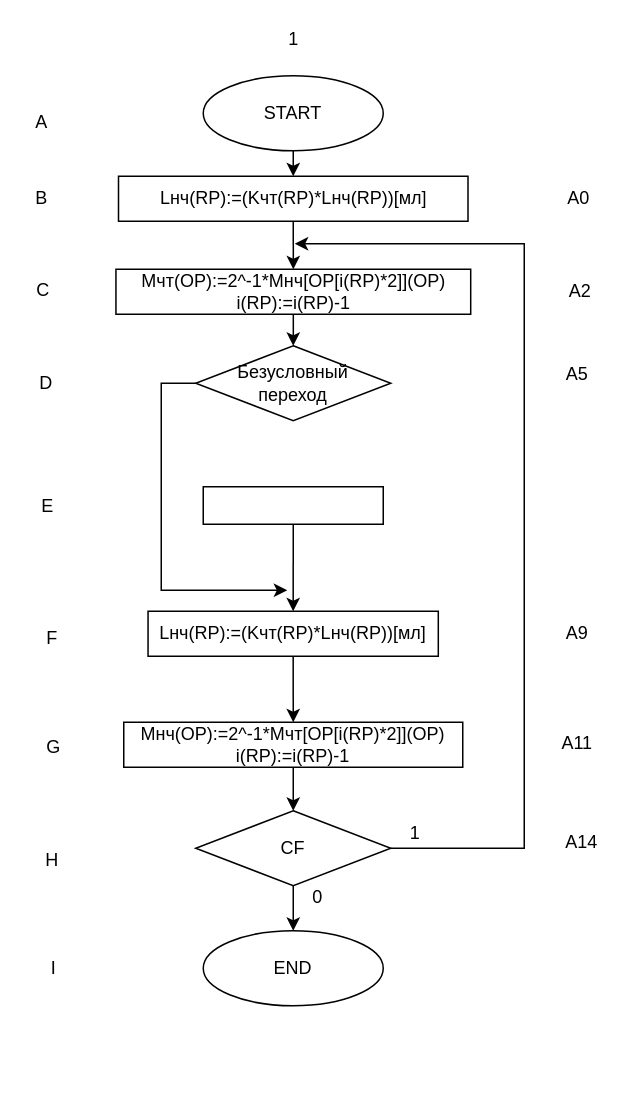
Above: test-program_BUK.drawio in TimurQQ/Workshop (draw.io), before the change. Source tidied: cells renumbered, new cells numbered last; positions are measured from the earlier drawing's top-left corner, leaving out a move shared by most shapes. Both pictures are drawn from the tidied source at 150%, with x=0, y=0 at pixel (27, 26).
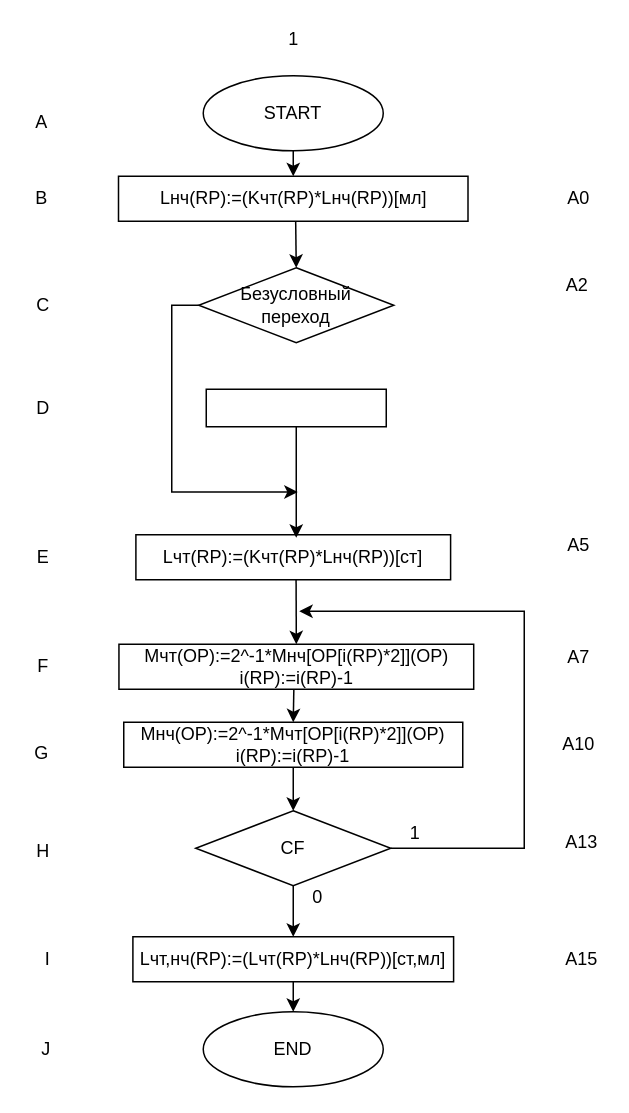
After the change.

The change refers to these unchanged cells:
```xml
<mxCell id="2" value="Lнч(RP):=(Kчт(RP)*Lнч(RP))[мл]" style="rounded=0;whiteSpace=wrap;html=1;" parent="1" vertex="1">
  <mxGeometry x="60.5" y="100" width="233" height="30" as="geometry" />
</mxCell>
<mxCell id="5" value="Mнч(OP):=2^-1*Mчт[OP[i(RP)*2]](OP)&lt;br&gt;i(RP):=i(RP)-1" style="rounded=0;whiteSpace=wrap;html=1;" parent="1" vertex="1">
  <mxGeometry x="64" y="464" width="226" height="30" as="geometry" />
</mxCell>
<mxCell id="6" value="CF" style="rhombus;whiteSpace=wrap;html=1;" parent="1" vertex="1">
  <mxGeometry x="112" y="523" width="130" height="50" as="geometry" />
</mxCell>
```

Change to the diagram source:
```diff
@@
     <mxCell id="3" value="Mчт(OP):=2^-1*Mнч[OP[i(RP)*2]](OP)&lt;br&gt;i(RP):=i(RP)-1" style="rounded=0;whiteSpace=wrap;html=1;" parent="1" vertex="1">
-      <mxGeometry x="58.8" y="162" width="236.5" height="30" as="geometry" />
+      <mxGeometry x="60.8" y="412" width="236.5" height="30" as="geometry" />
     </mxCell>
-    <mxCell id="4" value="Lнч(RP):=(Kчт(RP)*Lнч(RP))[мл]" style="rounded=0;whiteSpace=wrap;html=1;" parent="1" vertex="1">
-      <mxGeometry x="80.2" y="390" width="193.5" height="30" as="geometry" />
+    <mxCell id="4" value="Lчт(RP):=(Kчт(RP)*Lнч(RP))[ст]" style="rounded=0;whiteSpace=wrap;html=1;" parent="1" vertex="1">
+      <mxGeometry x="72.1" y="339" width="209.8" height="30" as="geometry" />
     </mxCell>
@@
     <mxCell id="7" value="Безусловный&lt;br&gt;переход" style="rhombus;whiteSpace=wrap;html=1;" parent="1" vertex="1">
-      <mxGeometry x="112" y="213" width="130" height="50" as="geometry" />
+      <mxGeometry x="114" y="161" width="130" height="50" as="geometry" />
     </mxCell>
     <mxCell id="8" style="edgeStyle=elbowEdgeStyle;elbow=horizontal;endArrow=classic;html=1;rounded=0;exitX=1;exitY=0.5;exitDx=0;exitDy=0;" parent="1" edge="1" source="6">
       <mxGeometry relative="1" as="geometry">
-        <mxPoint x="178" y="145" as="targetPoint" />
+        <mxPoint x="181" y="390" as="targetPoint" />
         <Array as="points">
           <mxPoint x="331" y="443" />
         </Array>
       </mxGeometry>
     </mxCell>
     <mxCell id="9" value="END" style="ellipse;whiteSpace=wrap;html=1;" parent="1" vertex="1">
-      <mxGeometry x="117" y="603" width="120" height="50" as="geometry" />
+      <mxGeometry x="117" y="657" width="120" height="50" as="geometry" />
     </mxCell>
@@
     <mxCell id="11" style="rounded=0;whiteSpace=wrap;html=1;" parent="1" vertex="1">
-      <mxGeometry x="117" y="307" width="120" height="25" as="geometry" />
+      <mxGeometry x="119" y="242" width="120" height="25" as="geometry" />
     </mxCell>
-    <mxCell id="12" style="endArrow=classic;html=1;rounded=0;exitX=0.5;exitY=1;exitDx=0;exitDy=0;entryX=0.5;entryY=0;entryDx=0;entryDy=0;" parent="1" edge="1" source="4" target="5">
-      <mxGeometry relative="1" as="geometry" />
-    </mxCell>
@@
-    <mxCell id="15" style="endArrow=classic;html=1;rounded=0;exitX=0.5;exitY=1;exitDx=0;exitDy=0;entryX=0.5;entryY=0;entryDx=0;entryDy=0;" parent="1" edge="1" source="2" target="3">
-      <mxGeometry relative="1" as="geometry" />
-    </mxCell>
-    <mxCell id="16" style="endArrow=classic;html=1;rounded=0;entryX=0.5;entryY=0;entryDx=0;entryDy=0;exitX=0.5;exitY=1;exitDx=0;exitDy=0;" parent="1" edge="1" source="3" target="7">
-      <mxGeometry relative="1" as="geometry" />
-    </mxCell>
     <mxCell id="17" style="edgeStyle=elbowEdgeStyle;elbow=horizontal;endArrow=classic;html=1;rounded=0;exitX=0;exitY=0.5;exitDx=0;exitDy=0;" parent="1" edge="1" source="7">
       <mxGeometry relative="1" as="geometry">
-        <mxPoint x="173" y="376" as="targetPoint" />
+        <mxPoint x="180" y="310.5" as="targetPoint" />
         <Array as="points">
-          <mxPoint x="89" y="310" />
-          <mxPoint x="34" y="279" />
-          <mxPoint x="48" y="212" />
+          <mxPoint x="96" y="244.5" />
+          <mxPoint x="41" y="213.5" />
+          <mxPoint x="55" y="146.5" />
         </Array>
       </mxGeometry>
     </mxCell>
-    <mxCell id="18" style="endArrow=classic;html=1;rounded=0;exitX=0.5;exitY=1;exitDx=0;exitDy=0;entryX=0.5;entryY=0;entryDx=0;entryDy=0;" parent="1" edge="1" source="11" target="4">
-      <mxGeometry relative="1" as="geometry" />
-    </mxCell>
-    <mxCell id="19" style="endArrow=classic;html=1;rounded=0;exitX=0.5;exitY=1;exitDx=0;exitDy=0;entryX=0.5;entryY=0;entryDx=0;entryDy=0;" parent="1" edge="1" source="6" target="9">
-      <mxGeometry relative="1" as="geometry" />
-    </mxCell>
@@
     <mxCell id="25" value="C" style="text;html=1;align=center;verticalAlign=middle;strokeColor=none;fillColor=none;" parent="1" vertex="1">
-      <mxGeometry y="167" width="19" height="18" as="geometry" />
+      <mxGeometry y="177" width="19" height="18" as="geometry" />
     </mxCell>
     <mxCell id="26" value="D" style="text;html=1;align=center;verticalAlign=middle;strokeColor=none;fillColor=none;" parent="1" vertex="1">
-      <mxGeometry x="2" y="229" width="19" height="18" as="geometry" />
+      <mxGeometry y="245.5" width="19" height="18" as="geometry" />
     </mxCell>
     <mxCell id="27" value="E" style="text;html=1;align=center;verticalAlign=middle;strokeColor=none;fillColor=none;" parent="1" vertex="1">
-      <mxGeometry x="4" y="310.5" width="18" height="18" as="geometry" />
+      <mxGeometry x="0.5" y="345" width="18" height="18" as="geometry" />
     </mxCell>
     <mxCell id="28" value="F" style="text;html=1;align=center;verticalAlign=middle;strokeColor=none;fillColor=none;" parent="1" vertex="1">
-      <mxGeometry x="7" y="399" width="17" height="18" as="geometry" />
+      <mxGeometry x="1.5" y="418" width="17" height="18" as="geometry" />
     </mxCell>
     <mxCell id="29" value="G" style="text;html=1;align=center;verticalAlign=middle;strokeColor=none;fillColor=none;" parent="1" vertex="1">
-      <mxGeometry x="7" y="472" width="19" height="18" as="geometry" />
+      <mxGeometry x="-1" y="476" width="19" height="18" as="geometry" />
     </mxCell>
     <mxCell id="30" value="H" style="text;html=1;align=center;verticalAlign=middle;strokeColor=none;fillColor=none;" parent="1" vertex="1">
-      <mxGeometry x="6" y="547" width="19" height="18" as="geometry" />
+      <mxGeometry x="0.5" y="541" width="19" height="18" as="geometry" />
     </mxCell>
@@
     <mxCell id="32" value="A2" style="text;html=1;align=center;verticalAlign=middle;strokeColor=none;fillColor=none;" parent="1" vertex="1">
-      <mxGeometry x="355" y="168" width="25" height="18" as="geometry" />
+      <mxGeometry x="353.5" y="163.5" width="25" height="18" as="geometry" />
     </mxCell>
     <mxCell id="33" value="A5" style="text;html=1;align=center;verticalAlign=middle;strokeColor=none;fillColor=none;" parent="1" vertex="1">
-      <mxGeometry x="353" y="223" width="25" height="18" as="geometry" />
+      <mxGeometry x="354" y="337" width="25" height="18" as="geometry" />
     </mxCell>
-    <mxCell id="34" value="A9" style="text;html=1;align=center;verticalAlign=middle;strokeColor=none;fillColor=none;" parent="1" vertex="1">
-      <mxGeometry x="353" y="396" width="25" height="18" as="geometry" />
+    <mxCell id="34" value="A7" style="text;html=1;align=center;verticalAlign=middle;strokeColor=none;fillColor=none;" parent="1" vertex="1">
+      <mxGeometry x="354" y="412" width="25" height="18" as="geometry" />
     </mxCell>
-    <mxCell id="35" value="A11" style="text;html=1;align=center;verticalAlign=middle;strokeColor=none;fillColor=none;" parent="1" vertex="1">
-      <mxGeometry x="351" y="469" width="30" height="18" as="geometry" />
+    <mxCell id="35" value="A10" style="text;html=1;align=center;verticalAlign=middle;strokeColor=none;fillColor=none;" parent="1" vertex="1">
+      <mxGeometry x="351" y="470" width="31" height="18" as="geometry" />
     </mxCell>
-    <mxCell id="36" value="A14" style="text;html=1;align=center;verticalAlign=middle;strokeColor=none;fillColor=none;" parent="1" vertex="1">
+    <mxCell id="36" value="A13" style="text;html=1;align=center;verticalAlign=middle;strokeColor=none;fillColor=none;" parent="1" vertex="1">
       <mxGeometry x="353" y="535" width="31" height="18" as="geometry" />
     </mxCell>
     <mxCell id="37" value="I" style="text;html=1;align=center;verticalAlign=middle;strokeColor=none;fillColor=none;" parent="1" vertex="1">
-      <mxGeometry x="10" y="619" width="13" height="18" as="geometry" />
+      <mxGeometry x="6.5" y="613" width="13" height="18" as="geometry" />
     </mxCell>
+    <mxCell id="38" value="Lчт,нч(RP):=(Lчт(RP)*Lнч(RP))[ст,мл]" style="rounded=0;whiteSpace=wrap;html=1;" parent="1" vertex="1">
+      <mxGeometry x="70.1" y="607" width="213.8" height="30" as="geometry" />
+    </mxCell>
+    <mxCell id="39" value="A15" style="text;html=1;align=center;verticalAlign=middle;strokeColor=none;fillColor=none;" parent="1" vertex="1">
+      <mxGeometry x="353" y="613" width="31" height="18" as="geometry" />
+    </mxCell>
+    <mxCell id="40" style="endArrow=classic;html=1;rounded=0;entryX=0.5;entryY=0;entryDx=0;entryDy=0;exitX=0.507;exitY=1.011;exitDx=0;exitDy=0;exitPerimeter=0;" parent="1" edge="1" source="2" target="7">
+      <mxGeometry relative="1" as="geometry" />
+    </mxCell>
+    <mxCell id="41" style="endArrow=classic;html=1;rounded=0;exitX=0.5;exitY=1;exitDx=0;exitDy=0;" parent="1" edge="1" source="11">
+      <mxGeometry relative="1" as="geometry">
+        <mxPoint x="179" y="341" as="targetPoint" />
+      </mxGeometry>
+    </mxCell>
+    <mxCell id="42" style="endArrow=classic;html=1;rounded=0;exitX=0.509;exitY=1.003;exitDx=0;exitDy=0;entryX=0.5;entryY=0;entryDx=0;entryDy=0;exitPerimeter=0;" parent="1" edge="1" source="4" target="3">
+      <mxGeometry relative="1" as="geometry" />
+    </mxCell>
+    <mxCell id="43" style="endArrow=classic;html=1;rounded=0;exitX=0.493;exitY=1.004;exitDx=0;exitDy=0;entryX=0.5;entryY=0;entryDx=0;entryDy=0;exitPerimeter=0;" parent="1" edge="1" source="3" target="5">
+      <mxGeometry relative="1" as="geometry" />
+    </mxCell>
+    <mxCell id="44" style="endArrow=classic;html=1;rounded=0;exitX=0.5;exitY=1;exitDx=0;exitDy=0;entryX=0.5;entryY=0;entryDx=0;entryDy=0;" parent="1" edge="1" source="6" target="38">
+      <mxGeometry relative="1" as="geometry" />
+    </mxCell>
+    <mxCell id="45" style="endArrow=classic;html=1;rounded=0;exitX=0.5;exitY=1;exitDx=0;exitDy=0;entryX=0.5;entryY=0;entryDx=0;entryDy=0;" parent="1" edge="1" source="38" target="9">
+      <mxGeometry relative="1" as="geometry" />
+    </mxCell>
+    <mxCell id="46" value="J" style="text;html=1;align=center;verticalAlign=middle;strokeColor=none;fillColor=none;" parent="1" vertex="1">
+      <mxGeometry x="4" y="673" width="16" height="18" as="geometry" />
+    </mxCell>
```
